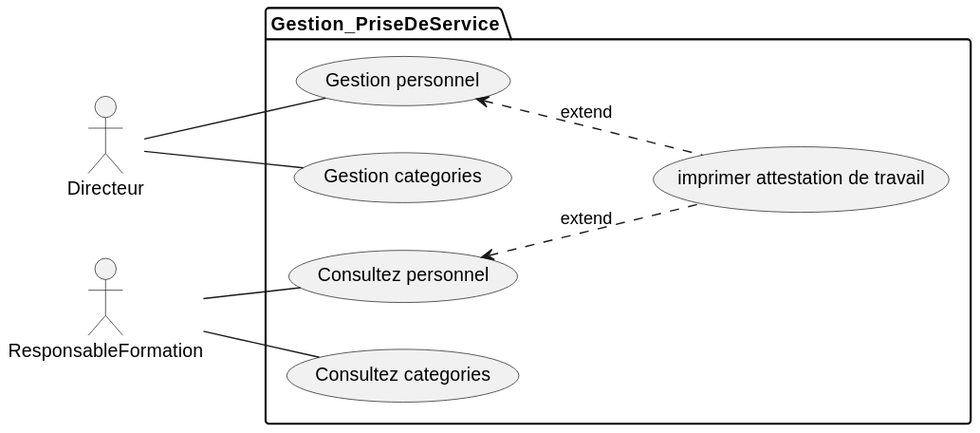
hamidAchaou/gestion-personnels keeps this PlantUML diagram as docs/diagrammes/pkg_PriseDeServices/uses_cases_pkg_GestionPriseDeService.svg. Above is the earlier version. Its diagram source:
```plantuml
@startuml
left to right direction

actor Directeur as directeur
actor ResponsableFormation as responsableFormation

package Gestion_PriseDeService {

  directeur -- (Gestion personnel)
  (Gestion personnel) <.. (imprimer attestation de travail) : extend

  responsableFormation -- (Consultez personnel)
  (Consultez personnel) <.. (imprimer attestation de travail) : extend

  directeur -- (Gestion categories)
  responsableFormation -- (Consultez categories)

}
@enduml
```
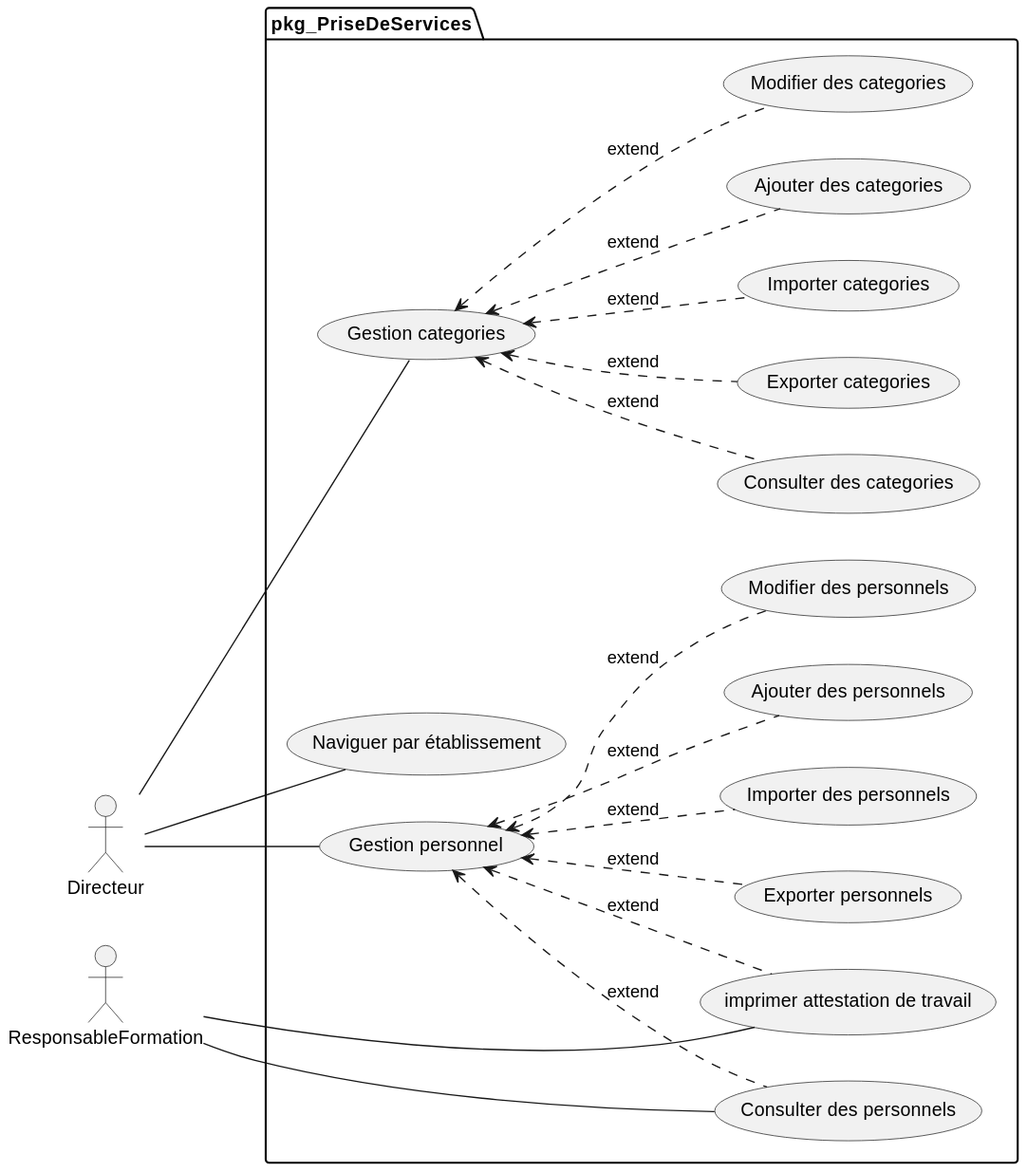
After the change.

Diff of the diagram source:
```diff
@@ -1,19 +1,30 @@
 @startuml
 left to right direction
 
-actor Directeur as directeur
-actor ResponsableFormation as responsableFormation
+together {
+  actor Directeur as directeur
+  actor ResponsableFormation as responsableFormation
+}
 
-package Gestion_PriseDeService {
+package "pkg_PriseDeServices" {
 
+  directeur -- (Naviguer par établissement)
   directeur -- (Gestion personnel)
+  directeur -- (Gestion categories)
+
+  (Gestion personnel) <.. (Ajouter des personnels) : extend
+  (Gestion personnel) <.. (Modifier des personnels) : extend
+  (Gestion personnel) <.. (Consulter des personnels) : extend
+  (Gestion personnel) <.. (Exporter personnels) : extend
+  (Gestion personnel) <.. (Importer des personnels) : extend
   (Gestion personnel) <.. (imprimer attestation de travail) : extend
+  (Gestion categories) <.. (Ajouter des categories) : extend
+  (Gestion categories) <.. (Modifier des categories) : extend
+  (Gestion categories) <.. (Consulter des categories) : extend
+  (Gestion categories) <.. (Exporter categories) : extend
+  (Gestion categories) <.. (Importer categories) : extend
 
-  responsableFormation -- (Consultez personnel)
-  (Consultez personnel) <.. (imprimer attestation de travail) : extend
-
-  directeur -- (Gestion categories)
-  responsableFormation -- (Consultez categories)
-
+  responsableFormation -- (Consulter des personnels)
+  responsableFormation -- (imprimer attestation de travail)
 }
 @enduml
```
